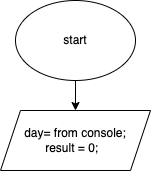
Before: Homework02/03/bs.drawio.png, a diagram exported from draw.io (IliyaIlchishin/Introduction-to-C-sharp). Source tidied: cells renumbered, new cells last; positions are measured from the earlier drawing's top-left corner, leaving out a move shared by most shapes. Its diagram source:
```xml
<mxGraphModel>
  <root>
    <mxCell id="0" />
    <mxCell id="1" parent="0" />
    <mxCell id="2" style="edgeStyle=none;html=1;" parent="1" edge="1" source="3" target="4">
      <mxGeometry relative="1" as="geometry" />
    </mxCell>
    <mxCell id="3" value="start" style="ellipse;whiteSpace=wrap;html=1;" parent="1" vertex="1">
      <mxGeometry x="15" width="120" height="80" as="geometry" />
    </mxCell>
    <mxCell id="4" value="day= from console;&lt;br&gt;result = 0;&amp;nbsp;&amp;nbsp;" style="shape=parallelogram;perimeter=parallelogramPerimeter;whiteSpace=wrap;html=1;fixedSize=1;" parent="1" vertex="1">
      <mxGeometry y="110" width="150" height="60" as="geometry" />
    </mxCell>
  </root>
</mxGraphModel>
```
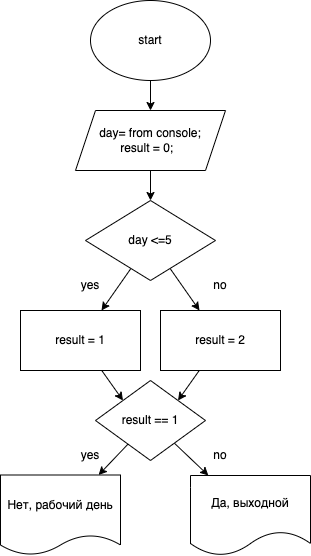
Above is the later version.

Change to the diagram source:
```diff
@@ -8,8 +8,59 @@
     <mxCell id="3" value="start" style="ellipse;whiteSpace=wrap;html=1;" parent="1" vertex="1">
       <mxGeometry x="15" width="120" height="80" as="geometry" />
     </mxCell>
+    <mxCell id="5" style="edgeStyle=none;html=1;" parent="1" edge="1" source="4" target="8">
+      <mxGeometry relative="1" as="geometry" />
+    </mxCell>
     <mxCell id="4" value="day= from console;&lt;br&gt;result = 0;&amp;nbsp;&amp;nbsp;" style="shape=parallelogram;perimeter=parallelogramPerimeter;whiteSpace=wrap;html=1;fixedSize=1;" parent="1" vertex="1">
       <mxGeometry y="110" width="150" height="60" as="geometry" />
     </mxCell>
+    <mxCell id="6" style="edgeStyle=none;html=1;" parent="1" edge="1" source="8" target="10">
+      <mxGeometry relative="1" as="geometry" />
+    </mxCell>
+    <mxCell id="7" style="edgeStyle=none;html=1;" parent="1" edge="1" source="8" target="12">
+      <mxGeometry relative="1" as="geometry" />
+    </mxCell>
+    <mxCell id="8" value="day &amp;lt;=5" style="rhombus;whiteSpace=wrap;html=1;" parent="1" vertex="1">
+      <mxGeometry x="10" y="200" width="130" height="80" as="geometry" />
+    </mxCell>
+    <mxCell id="9" style="edgeStyle=none;html=1;entryX=0;entryY=0;entryDx=0;entryDy=0;" parent="1" edge="1" source="10" target="17">
+      <mxGeometry relative="1" as="geometry" />
+    </mxCell>
+    <mxCell id="10" value="result = 1" style="whiteSpace=wrap;html=1;" parent="1" vertex="1">
+      <mxGeometry x="-55" y="310" width="120" height="60" as="geometry" />
+    </mxCell>
+    <mxCell id="11" style="edgeStyle=none;html=1;entryX=1;entryY=0;entryDx=0;entryDy=0;" parent="1" edge="1" source="12" target="17">
+      <mxGeometry relative="1" as="geometry" />
+    </mxCell>
+    <mxCell id="12" value="result = 2" style="whiteSpace=wrap;html=1;" parent="1" vertex="1">
+      <mxGeometry x="85" y="310" width="120" height="60" as="geometry" />
+    </mxCell>
+    <mxCell id="13" value="yes" style="text;html=1;strokeColor=none;fillColor=none;align=center;verticalAlign=middle;whiteSpace=wrap;rounded=0;" parent="1" vertex="1">
+      <mxGeometry x="-15" y="270" width="60" height="30" as="geometry" />
+    </mxCell>
+    <mxCell id="14" value="no" style="text;html=1;strokeColor=none;fillColor=none;align=center;verticalAlign=middle;whiteSpace=wrap;rounded=0;" parent="1" vertex="1">
+      <mxGeometry x="115" y="270" width="60" height="30" as="geometry" />
+    </mxCell>
+    <mxCell id="15" style="edgeStyle=none;html=1;" parent="1" edge="1" source="17" target="18">
+      <mxGeometry relative="1" as="geometry" />
+    </mxCell>
+    <mxCell id="16" style="edgeStyle=none;html=1;" parent="1" edge="1" source="17" target="19">
+      <mxGeometry relative="1" as="geometry" />
+    </mxCell>
+    <mxCell id="17" value="result == 1" style="rhombus;whiteSpace=wrap;html=1;" parent="1" vertex="1">
+      <mxGeometry x="20" y="380" width="110" height="80" as="geometry" />
+    </mxCell>
+    <mxCell id="18" value="Нет, рабочий день" style="shape=document;whiteSpace=wrap;html=1;boundedLbl=1;size=0.25;" parent="1" vertex="1">
+      <mxGeometry x="-75" y="474.5" width="120" height="80" as="geometry" />
+    </mxCell>
+    <mxCell id="19" value="Да, выходной" style="shape=document;whiteSpace=wrap;html=1;boundedLbl=1;" parent="1" vertex="1">
+      <mxGeometry x="115" y="475" width="120" height="80" as="geometry" />
+    </mxCell>
+    <mxCell id="20" value="yes" style="text;html=1;strokeColor=none;fillColor=none;align=center;verticalAlign=middle;whiteSpace=wrap;rounded=0;" parent="1" vertex="1">
+      <mxGeometry x="-15" y="440" width="60" height="30" as="geometry" />
+    </mxCell>
+    <mxCell id="21" value="no" style="text;html=1;strokeColor=none;fillColor=none;align=center;verticalAlign=middle;whiteSpace=wrap;rounded=0;" parent="1" vertex="1">
+      <mxGeometry x="115" y="440" width="60" height="30" as="geometry" />
+    </mxCell>
   </root>
 </mxGraphModel>
```
